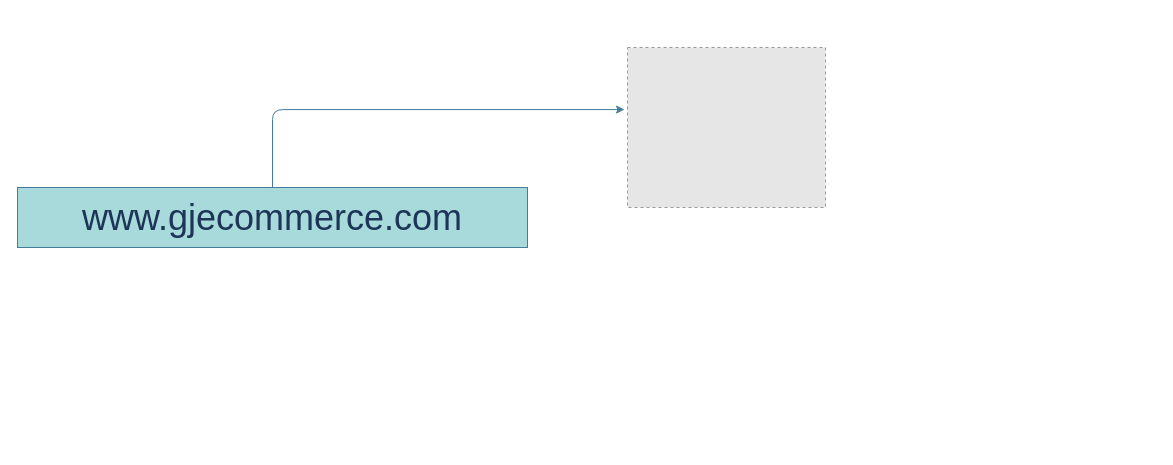
Before: page "scaling" (5 of 14) of Untitled Diagram.drawio in pranshushah/container_diagrams, a draw.io diagram. Source tidied: cells renumbered, new cells numbered last; positions are measured from the earlier drawing's top-left corner, leaving out a move shared by most shapes. Both pictures are drawn from the tidied source at 100%, with x=0, y=0 at pixel (17, 47). Pictures stored in the file or linked from it are replaced by grey dashed boxes.
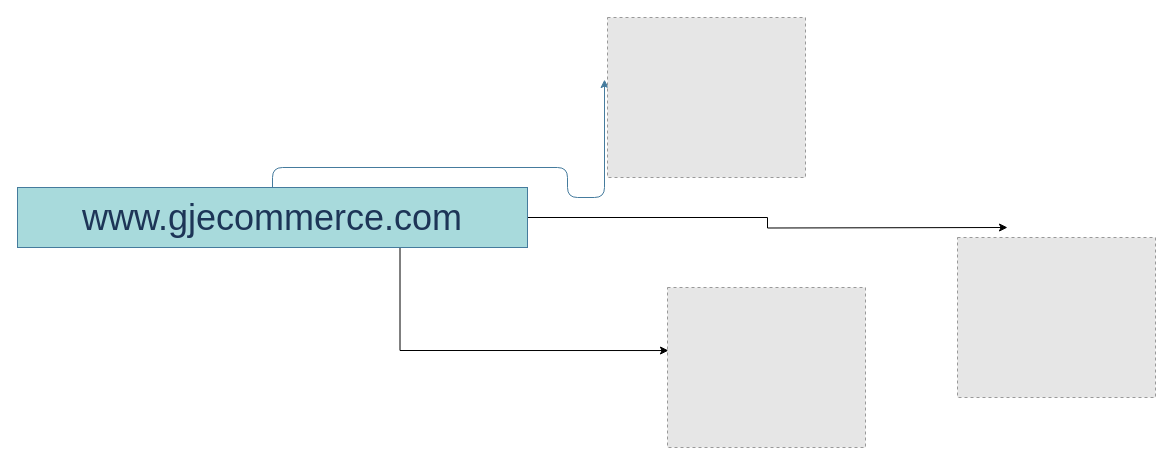
The same page after the edit.

Diff of the diagram source:
```diff
@@
 <mxGraphModel>
   <root>
     <mxCell id="0" />
     <mxCell id="1" parent="0" />
     <mxCell id="2" style="edgeStyle=orthogonalEdgeStyle;rounded=1;sketch=0;jettySize=auto;html=1;exitX=0.5;exitY=0;exitDx=0;exitDy=0;entryX=-0.015;entryY=0.388;entryDx=0;entryDy=0;entryPerimeter=0;strokeColor=#457B9D;fillColor=#A8DADC;fontColor=#1D3557;" parent="1" edge="1" source="3" target="4">
       <mxGeometry relative="1" as="geometry" />
     </mxCell>
+    <mxCell id="5" style="edgeStyle=orthogonalEdgeStyle;rounded=0;jettySize=auto;html=1;exitX=1;exitY=0.5;exitDx=0;exitDy=0;" parent="1" edge="1" source="3">
+      <mxGeometry relative="1" as="geometry">
+        <mxPoint x="990" y="180" as="targetPoint" />
+      </mxGeometry>
+    </mxCell>
+    <mxCell id="6" style="edgeStyle=orthogonalEdgeStyle;rounded=0;jettySize=auto;html=1;exitX=0.75;exitY=1;exitDx=0;exitDy=0;entryX=0.005;entryY=0.394;entryDx=0;entryDy=0;entryPerimeter=0;" parent="1" edge="1" source="3" target="7">
+      <mxGeometry relative="1" as="geometry" />
+    </mxCell>
     <mxCell id="3" value="&lt;font style=&quot;font-size: 36px&quot;&gt;www.gjecommerce.com&lt;/font&gt;" style="rounded=0;whiteSpace=wrap;html=1;sketch=0;strokeColor=#457B9D;fillColor=#A8DADC;fontColor=#1D3557;" parent="1" vertex="1">
       <mxGeometry y="140" width="510" height="60" as="geometry" />
     </mxCell>
     <mxCell id="4" style="fillColor=#E6E6E6;strokeColor=#999999;dashed=1;verticalLabelPosition=bottom;labelBackgroundColor=#ffffff;verticalAlign=top;" parent="1" vertex="1">
-      <mxGeometry x="610" width="198" height="160" as="geometry" />
+      <mxGeometry x="590" y="-30" width="198" height="160" as="geometry" />
     </mxCell>
+    <mxCell id="7" style="fillColor=#E6E6E6;strokeColor=#999999;dashed=1;verticalLabelPosition=bottom;labelBackgroundColor=#ffffff;verticalAlign=top;" parent="1" vertex="1">
+      <mxGeometry x="650" y="240" width="198" height="160" as="geometry" />
+    </mxCell>
+    <mxCell id="8" style="fillColor=#E6E6E6;strokeColor=#999999;dashed=1;verticalLabelPosition=bottom;labelBackgroundColor=#ffffff;verticalAlign=top;" parent="1" vertex="1">
+      <mxGeometry x="940" y="190" width="198" height="160" as="geometry" />
+    </mxCell>
   </root>
 </mxGraphModel>
```
